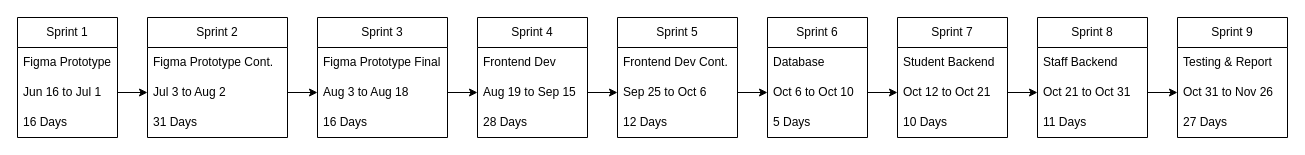
Earlier version of the draw.io diagram F21MP/Report/Diagrams/Spint Flow Chart.drawio (KausarAdam/Coursework-Wizard-Deadlines-Visualiser). Source tidied: cells renumbered, new cells numbered last; positions are measured from the earlier drawing's top-left corner, leaving out a move shared by most shapes. Both pictures are drawn from the tidied source at 100%, with x=0, y=0 at pixel (17, 17).
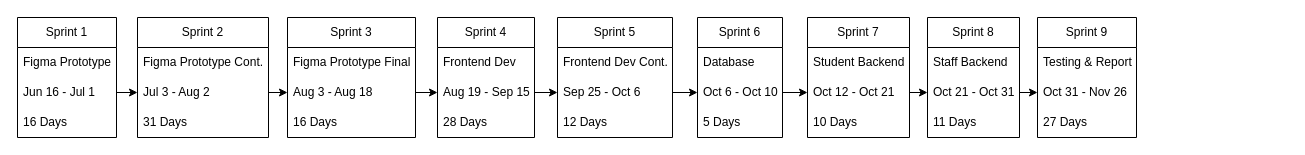
The same diagram, later.

Diff of the diagram source:
```diff
@@
-    <mxCell id="2" value="Sprint 1" style="swimlane;fontStyle=0;horizontal=1;startSize=30;whiteSpace=wrap;html=1;" parent="1" vertex="1">
-      <mxGeometry width="100" height="120" as="geometry" />
+    <mxCell id="2" value="Sprint 1" style="swimlane;fontStyle=0;horizontal=1;startSize=30;whiteSpace=wrap;html=1;fillColor=none;" parent="1" vertex="1">
+      <mxGeometry width="99" height="120" as="geometry" />
     </mxCell>
     <mxCell id="3" value="Figma Prototype" style="text;strokeColor=none;fillColor=none;align=left;verticalAlign=middle;spacingLeft=4;spacingRight=4;overflow=hidden;whiteSpace=wrap;html=1;" parent="2" vertex="1">
-      <mxGeometry y="30" width="100" height="30" as="geometry" />
+      <mxGeometry y="30" width="99" height="30" as="geometry" />
     </mxCell>
-    <mxCell id="4" value="Jun 16 to Jul 1" style="text;strokeColor=none;fillColor=none;align=left;verticalAlign=middle;spacingLeft=4;spacingRight=4;overflow=hidden;points=[[0,0.5],[1,0.5]];portConstraint=eastwest;whiteSpace=wrap;html=1;" parent="2" vertex="1">
-      <mxGeometry y="60" width="100" height="30" as="geometry" />
+    <mxCell id="4" value="Jun 16 - Jul 1" style="text;strokeColor=none;fillColor=none;align=left;verticalAlign=middle;spacingLeft=4;spacingRight=4;overflow=hidden;points=[[0,0.5],[1,0.5]];portConstraint=eastwest;whiteSpace=wrap;html=1;" parent="2" vertex="1">
+      <mxGeometry y="60" width="99" height="30" as="geometry" />
     </mxCell>
     <mxCell id="5" value="16 Days" style="text;strokeColor=none;fillColor=none;align=left;verticalAlign=middle;spacingLeft=4;spacingRight=4;overflow=hidden;whiteSpace=wrap;html=1;" parent="2" vertex="1">
-      <mxGeometry y="90" width="100" height="30" as="geometry" />
+      <mxGeometry y="90" width="99" height="30" as="geometry" />
     </mxCell>
-    <mxCell id="6" value="Sprint 2" style="swimlane;fontStyle=0;horizontal=1;startSize=30;whiteSpace=wrap;html=1;" parent="1" vertex="1">
-      <mxGeometry x="130" width="140" height="120" as="geometry" />
+    <mxCell id="6" value="Sprint 2" style="swimlane;fontStyle=0;horizontal=1;startSize=30;whiteSpace=wrap;html=1;fillColor=none;" parent="1" vertex="1">
+      <mxGeometry x="120" width="131" height="120" as="geometry" />
     </mxCell>
     <mxCell id="7" value="Figma Prototype Cont." style="text;strokeColor=none;fillColor=none;align=left;verticalAlign=middle;spacingLeft=4;spacingRight=4;overflow=hidden;whiteSpace=wrap;html=1;" parent="6" vertex="1">
-      <mxGeometry y="30" width="140" height="30" as="geometry" />
+      <mxGeometry y="30" width="131" height="30" as="geometry" />
     </mxCell>
-    <mxCell id="8" value="Jul 3 to Aug 2" style="text;strokeColor=none;fillColor=none;align=left;verticalAlign=middle;spacingLeft=4;spacingRight=4;overflow=hidden;points=[[0,0.5],[1,0.5]];portConstraint=eastwest;whiteSpace=wrap;html=1;" parent="6" vertex="1">
-      <mxGeometry y="60" width="140" height="30" as="geometry" />
+    <mxCell id="8" value="Jul 3 - Aug 2" style="text;strokeColor=none;fillColor=none;align=left;verticalAlign=middle;spacingLeft=4;spacingRight=4;overflow=hidden;points=[[0,0.5],[1,0.5]];portConstraint=eastwest;whiteSpace=wrap;html=1;" parent="6" vertex="1">
+      <mxGeometry y="60" width="131" height="30" as="geometry" />
     </mxCell>
     <mxCell id="9" value="31 Days" style="text;strokeColor=none;fillColor=none;align=left;verticalAlign=middle;spacingLeft=4;spacingRight=4;overflow=hidden;whiteSpace=wrap;html=1;" parent="6" vertex="1">
-      <mxGeometry y="90" width="140" height="30" as="geometry" />
+      <mxGeometry y="90" width="131" height="30" as="geometry" />
     </mxCell>
-    <mxCell id="10" value="Sprint 3" style="swimlane;fontStyle=0;horizontal=1;startSize=30;whiteSpace=wrap;html=1;" parent="1" vertex="1">
-      <mxGeometry x="300" width="130" height="120" as="geometry" />
+    <mxCell id="10" value="Sprint 3" style="swimlane;fontStyle=0;horizontal=1;startSize=30;whiteSpace=wrap;html=1;fillColor=none;" parent="1" vertex="1">
+      <mxGeometry x="270" width="128" height="120" as="geometry" />
     </mxCell>
     <mxCell id="11" value="Figma Prototype Final" style="text;strokeColor=none;fillColor=none;align=left;verticalAlign=middle;spacingLeft=4;spacingRight=4;overflow=hidden;whiteSpace=wrap;html=1;" parent="10" vertex="1">
-      <mxGeometry y="30" width="130" height="30" as="geometry" />
+      <mxGeometry y="30" width="128" height="30" as="geometry" />
     </mxCell>
-    <mxCell id="12" value="Aug 3 to Aug 18" style="text;strokeColor=none;fillColor=none;align=left;verticalAlign=middle;spacingLeft=4;spacingRight=4;overflow=hidden;points=[[0,0.5],[1,0.5]];portConstraint=eastwest;whiteSpace=wrap;html=1;" parent="10" vertex="1">
-      <mxGeometry y="60" width="130" height="30" as="geometry" />
+    <mxCell id="12" value="Aug 3 - Aug 18" style="text;strokeColor=none;fillColor=none;align=left;verticalAlign=middle;spacingLeft=4;spacingRight=4;overflow=hidden;points=[[0,0.5],[1,0.5]];portConstraint=eastwest;whiteSpace=wrap;html=1;" parent="10" vertex="1">
+      <mxGeometry y="60" width="128" height="30" as="geometry" />
     </mxCell>
     <mxCell id="13" value="16 Days" style="text;strokeColor=none;fillColor=none;align=left;verticalAlign=middle;spacingLeft=4;spacingRight=4;overflow=hidden;whiteSpace=wrap;html=1;" parent="10" vertex="1">
-      <mxGeometry y="90" width="130" height="30" as="geometry" />
+      <mxGeometry y="90" width="128" height="30" as="geometry" />
     </mxCell>
-    <mxCell id="14" value="Sprint 4" style="swimlane;fontStyle=0;horizontal=1;startSize=30;whiteSpace=wrap;html=1;" parent="1" vertex="1">
-      <mxGeometry x="460" width="110" height="120" as="geometry" />
+    <mxCell id="14" value="Sprint 4" style="swimlane;fontStyle=0;horizontal=1;startSize=30;whiteSpace=wrap;html=1;fillColor=none;" parent="1" vertex="1">
+      <mxGeometry x="420" width="97" height="120" as="geometry" />
     </mxCell>
     <mxCell id="15" value="Frontend Dev" style="text;strokeColor=none;fillColor=none;align=left;verticalAlign=middle;spacingLeft=4;spacingRight=4;overflow=hidden;whiteSpace=wrap;html=1;" parent="14" vertex="1">
-      <mxGeometry y="30" width="110" height="30" as="geometry" />
+      <mxGeometry y="30" width="97" height="30" as="geometry" />
     </mxCell>
-    <mxCell id="16" value="Aug 19 to Sep 15" style="text;strokeColor=none;fillColor=none;align=left;verticalAlign=middle;spacingLeft=4;spacingRight=4;overflow=hidden;points=[[0,0.5],[1,0.5]];portConstraint=eastwest;whiteSpace=wrap;html=1;" parent="14" vertex="1">
-      <mxGeometry y="60" width="110" height="30" as="geometry" />
+    <mxCell id="16" value="Aug 19 - Sep 15" style="text;strokeColor=none;fillColor=none;align=left;verticalAlign=middle;spacingLeft=4;spacingRight=4;overflow=hidden;points=[[0,0.5],[1,0.5]];portConstraint=eastwest;whiteSpace=wrap;html=1;" parent="14" vertex="1">
+      <mxGeometry y="60" width="97" height="30" as="geometry" />
     </mxCell>
     <mxCell id="17" value="28 Days" style="text;strokeColor=none;fillColor=none;align=left;verticalAlign=middle;spacingLeft=4;spacingRight=4;overflow=hidden;whiteSpace=wrap;html=1;" parent="14" vertex="1">
-      <mxGeometry y="90" width="110" height="30" as="geometry" />
+      <mxGeometry y="90" width="97" height="30" as="geometry" />
     </mxCell>
-    <mxCell id="18" value="Sprint 5" style="swimlane;fontStyle=0;horizontal=1;startSize=30;whiteSpace=wrap;html=1;" parent="1" vertex="1">
-      <mxGeometry x="600" width="120" height="120" as="geometry" />
+    <mxCell id="18" value="Sprint 5" style="swimlane;fontStyle=0;horizontal=1;startSize=30;whiteSpace=wrap;html=1;fillColor=none;" parent="1" vertex="1">
+      <mxGeometry x="540" width="115" height="120" as="geometry" />
     </mxCell>
     <mxCell id="19" value="Frontend Dev Cont." style="text;strokeColor=none;fillColor=none;align=left;verticalAlign=middle;spacingLeft=4;spacingRight=4;overflow=hidden;whiteSpace=wrap;html=1;" parent="18" vertex="1">
-      <mxGeometry y="30" width="120" height="30" as="geometry" />
+      <mxGeometry y="30" width="115" height="30" as="geometry" />
     </mxCell>
-    <mxCell id="20" value="Sep 25 to Oct 6" style="text;strokeColor=none;fillColor=none;align=left;verticalAlign=middle;spacingLeft=4;spacingRight=4;overflow=hidden;points=[[0,0.5],[1,0.5]];portConstraint=eastwest;whiteSpace=wrap;html=1;" parent="18" vertex="1">
-      <mxGeometry y="60" width="120" height="30" as="geometry" />
+    <mxCell id="20" value="Sep 25 - Oct 6" style="text;strokeColor=none;fillColor=none;align=left;verticalAlign=middle;spacingLeft=4;spacingRight=4;overflow=hidden;points=[[0,0.5],[1,0.5]];portConstraint=eastwest;whiteSpace=wrap;html=1;" parent="18" vertex="1">
+      <mxGeometry y="60" width="115" height="30" as="geometry" />
     </mxCell>
     <mxCell id="21" value="12 Days" style="text;strokeColor=none;fillColor=none;align=left;verticalAlign=middle;spacingLeft=4;spacingRight=4;overflow=hidden;whiteSpace=wrap;html=1;" parent="18" vertex="1">
-      <mxGeometry y="90" width="120" height="30" as="geometry" />
+      <mxGeometry y="90" width="115" height="30" as="geometry" />
     </mxCell>
-    <mxCell id="22" value="Sprint 6" style="swimlane;fontStyle=0;horizontal=1;startSize=30;whiteSpace=wrap;html=1;" parent="1" vertex="1">
-      <mxGeometry x="750" width="100" height="120" as="geometry" />
+    <mxCell id="22" value="Sprint 6" style="swimlane;fontStyle=0;horizontal=1;startSize=30;whiteSpace=wrap;html=1;fillColor=none;" parent="1" vertex="1">
+      <mxGeometry x="680" width="85" height="120" as="geometry" />
     </mxCell>
     <mxCell id="23" value="Database" style="text;strokeColor=none;fillColor=none;align=left;verticalAlign=middle;spacingLeft=4;spacingRight=4;overflow=hidden;whiteSpace=wrap;html=1;" parent="22" vertex="1">
-      <mxGeometry y="30" width="100" height="30" as="geometry" />
+      <mxGeometry y="30" width="85" height="30" as="geometry" />
     </mxCell>
-    <mxCell id="24" value="Oct 6 to Oct 10" style="text;strokeColor=none;fillColor=none;align=left;verticalAlign=middle;spacingLeft=4;spacingRight=4;overflow=hidden;points=[[0,0.5],[1,0.5]];portConstraint=eastwest;whiteSpace=wrap;html=1;" parent="22" vertex="1">
-      <mxGeometry y="60" width="100" height="30" as="geometry" />
+    <mxCell id="24" value="Oct 6 - Oct 10" style="text;strokeColor=none;fillColor=none;align=left;verticalAlign=middle;spacingLeft=4;spacingRight=4;overflow=hidden;points=[[0,0.5],[1,0.5]];portConstraint=eastwest;whiteSpace=wrap;html=1;" parent="22" vertex="1">
+      <mxGeometry y="60" width="85" height="30" as="geometry" />
     </mxCell>
     <mxCell id="25" value="5 Days" style="text;strokeColor=none;fillColor=none;align=left;verticalAlign=middle;spacingLeft=4;spacingRight=4;overflow=hidden;whiteSpace=wrap;html=1;" parent="22" vertex="1">
-      <mxGeometry y="90" width="100" height="30" as="geometry" />
+      <mxGeometry y="90" width="85" height="30" as="geometry" />
     </mxCell>
-    <mxCell id="26" value="Sprint 7" style="swimlane;fontStyle=0;horizontal=1;startSize=30;whiteSpace=wrap;html=1;" parent="1" vertex="1">
-      <mxGeometry x="880" width="110" height="120" as="geometry" />
+    <mxCell id="26" value="Sprint 7" style="swimlane;fontStyle=0;horizontal=1;startSize=30;whiteSpace=wrap;html=1;fillColor=none;" parent="1" vertex="1">
+      <mxGeometry x="790" width="102" height="120" as="geometry" />
     </mxCell>
     <mxCell id="27" value="Student Backend" style="text;strokeColor=none;fillColor=none;align=left;verticalAlign=middle;spacingLeft=4;spacingRight=4;overflow=hidden;whiteSpace=wrap;html=1;" parent="26" vertex="1">
-      <mxGeometry y="30" width="110" height="30" as="geometry" />
+      <mxGeometry y="30" width="102" height="30" as="geometry" />
     </mxCell>
-    <mxCell id="28" value="Oct 12 to Oct 21" style="text;strokeColor=none;fillColor=none;align=left;verticalAlign=middle;spacingLeft=4;spacingRight=4;overflow=hidden;points=[[0,0.5],[1,0.5]];portConstraint=eastwest;whiteSpace=wrap;html=1;" parent="26" vertex="1">
-      <mxGeometry y="60" width="110" height="30" as="geometry" />
+    <mxCell id="28" value="Oct 12 - Oct 21" style="text;strokeColor=none;fillColor=none;align=left;verticalAlign=middle;spacingLeft=4;spacingRight=4;overflow=hidden;points=[[0,0.5],[1,0.5]];portConstraint=eastwest;whiteSpace=wrap;html=1;" parent="26" vertex="1">
+      <mxGeometry y="60" width="102" height="30" as="geometry" />
     </mxCell>
     <mxCell id="29" value="10 Days" style="text;strokeColor=none;fillColor=none;align=left;verticalAlign=middle;spacingLeft=4;spacingRight=4;overflow=hidden;whiteSpace=wrap;html=1;" parent="26" vertex="1">
-      <mxGeometry y="90" width="110" height="30" as="geometry" />
+      <mxGeometry y="90" width="102" height="30" as="geometry" />
     </mxCell>
-    <mxCell id="30" value="Sprint 8" style="swimlane;fontStyle=0;horizontal=1;startSize=30;whiteSpace=wrap;html=1;" parent="1" vertex="1">
-      <mxGeometry x="1020" width="110" height="120" as="geometry" />
+    <mxCell id="30" value="Sprint 8" style="swimlane;fontStyle=0;horizontal=1;startSize=30;whiteSpace=wrap;html=1;fillColor=none;" parent="1" vertex="1">
+      <mxGeometry x="910" width="92" height="120" as="geometry" />
     </mxCell>
     <mxCell id="31" value="Staff Backend" style="text;strokeColor=none;fillColor=none;align=left;verticalAlign=middle;spacingLeft=4;spacingRight=4;overflow=hidden;whiteSpace=wrap;html=1;" parent="30" vertex="1">
-      <mxGeometry y="30" width="110" height="30" as="geometry" />
+      <mxGeometry y="30" width="92" height="30" as="geometry" />
     </mxCell>
-    <mxCell id="32" value="Oct 21 to Oct 31" style="text;strokeColor=none;fillColor=none;align=left;verticalAlign=middle;spacingLeft=4;spacingRight=4;overflow=hidden;points=[[0,0.5],[1,0.5]];portConstraint=eastwest;whiteSpace=wrap;html=1;" parent="30" vertex="1">
-      <mxGeometry y="60" width="110" height="30" as="geometry" />
+    <mxCell id="32" value="Oct 21 - Oct 31" style="text;strokeColor=none;fillColor=none;align=left;verticalAlign=middle;spacingLeft=4;spacingRight=4;overflow=hidden;points=[[0,0.5],[1,0.5]];portConstraint=eastwest;whiteSpace=wrap;html=1;" parent="30" vertex="1">
+      <mxGeometry y="60" width="92" height="30" as="geometry" />
     </mxCell>
     <mxCell id="33" value="11 Days" style="text;strokeColor=none;fillColor=none;align=left;verticalAlign=middle;spacingLeft=4;spacingRight=4;overflow=hidden;whiteSpace=wrap;html=1;" parent="30" vertex="1">
-      <mxGeometry y="90" width="110" height="30" as="geometry" />
+      <mxGeometry y="90" width="92" height="30" as="geometry" />
     </mxCell>
-    <mxCell id="34" value="Sprint 9" style="swimlane;fontStyle=0;horizontal=1;startSize=30;whiteSpace=wrap;html=1;" parent="1" vertex="1">
-      <mxGeometry x="1160" width="110" height="120" as="geometry" />
+    <mxCell id="34" value="Sprint 9" style="swimlane;fontStyle=0;horizontal=1;startSize=30;whiteSpace=wrap;html=1;fillColor=none;" parent="1" vertex="1">
+      <mxGeometry x="1020" width="99" height="120" as="geometry" />
     </mxCell>
     <mxCell id="35" value="Testing &amp;amp; Report" style="text;strokeColor=none;fillColor=none;align=left;verticalAlign=middle;spacingLeft=4;spacingRight=4;overflow=hidden;whiteSpace=wrap;html=1;" parent="34" vertex="1">
-      <mxGeometry y="30" width="110" height="30" as="geometry" />
+      <mxGeometry y="30" width="99" height="30" as="geometry" />
     </mxCell>
-    <mxCell id="36" value="Oct 31 to Nov 26" style="text;strokeColor=none;fillColor=none;align=left;verticalAlign=middle;spacingLeft=4;spacingRight=4;overflow=hidden;points=[[0,0.5],[1,0.5]];portConstraint=eastwest;whiteSpace=wrap;html=1;" parent="34" vertex="1">
-      <mxGeometry y="60" width="110" height="30" as="geometry" />
+    <mxCell id="36" value="Oct 31 - Nov 26" style="text;strokeColor=none;fillColor=none;align=left;verticalAlign=middle;spacingLeft=4;spacingRight=4;overflow=hidden;points=[[0,0.5],[1,0.5]];portConstraint=eastwest;whiteSpace=wrap;html=1;" parent="34" vertex="1">
+      <mxGeometry y="60" width="99" height="30" as="geometry" />
     </mxCell>
     <mxCell id="37" value="27 Days" style="text;strokeColor=none;fillColor=none;align=left;verticalAlign=middle;spacingLeft=4;spacingRight=4;overflow=hidden;whiteSpace=wrap;html=1;" parent="34" vertex="1">
-      <mxGeometry y="90" width="110" height="30" as="geometry" />
+      <mxGeometry y="90" width="99" height="30" as="geometry" />
     </mxCell>
```
